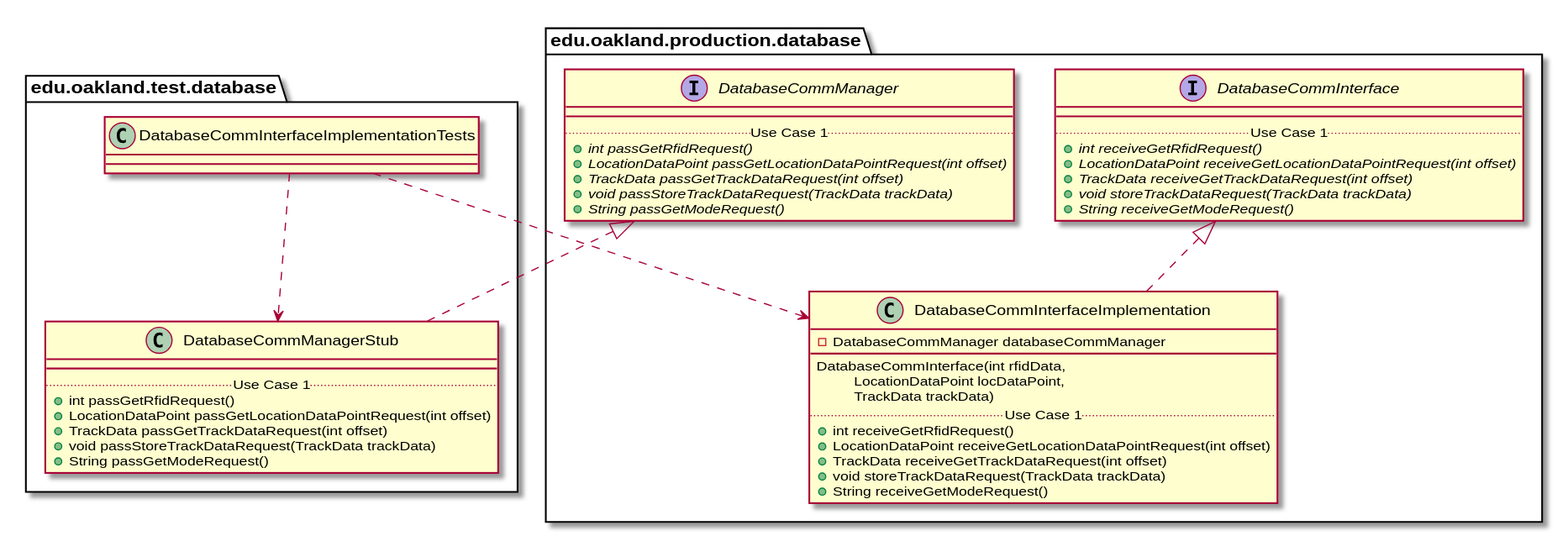
Above: docs/uml-class-diagrams/database/test/DatabaseCommInterfaceImplementationTests/DatabaseCommInterfaceImplementationTests_Closure.svg in elilley15/csi-3370-software-project (PlantUML), before the change.
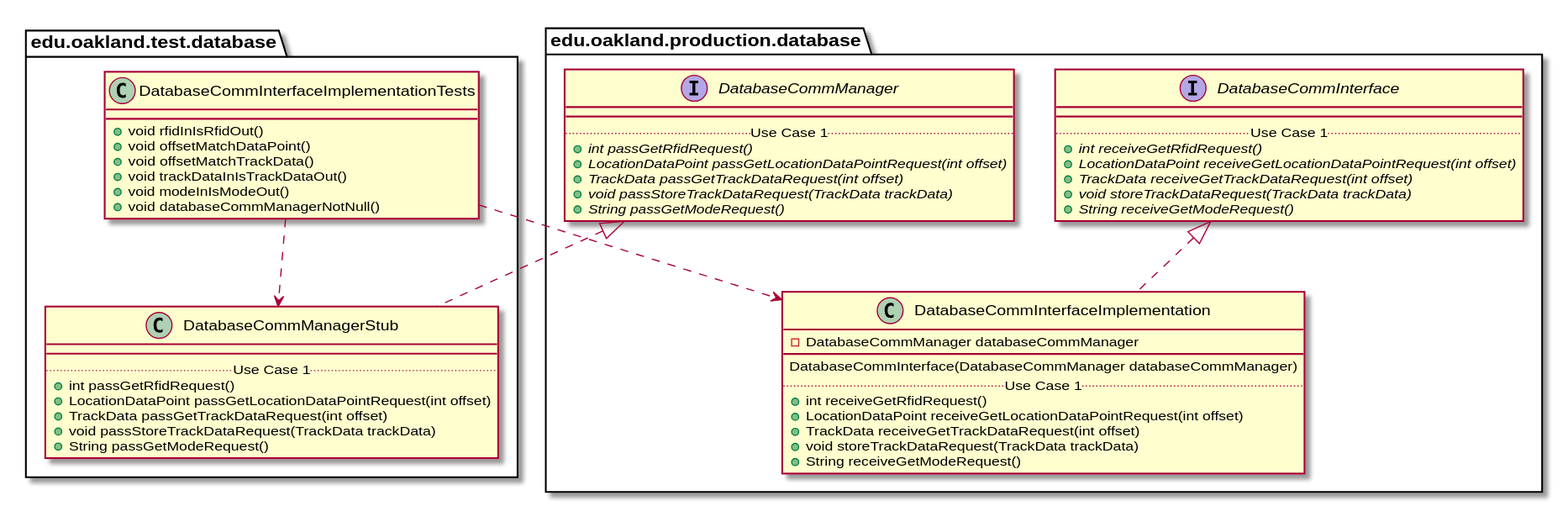
After the commit.

Change to the diagram source:
```diff
@@ -3,7 +3,12 @@
 
 package edu.oakland.test.database {
     class DatabaseCommInterfaceImplementationTests {
-
+        + void rfidInIsRfidOut()
+        + void offsetMatchDataPoint()
+        + void offsetMatchTrackData()
+        + void trackDataInIsTrackDataOut()
+        + void modeInIsModeOut()
+        + void databaseCommManagerNotNull()
     }
 }
 
@@ -54,9 +59,7 @@
     class DatabaseCommInterfaceImplementation {
         - DatabaseCommManager databaseCommManager
         __
-        DatabaseCommInterface(int rfidData,
-        \tLocationDataPoint locDataPoint,
-        \tTrackData trackData)
+        DatabaseCommInterface(DatabaseCommManager databaseCommManager)
         .. Use Case 1 ..
         + int receiveGetRfidRequest()
         + LocationDataPoint receiveGetLocationDataPointRequest(int offset)
```
